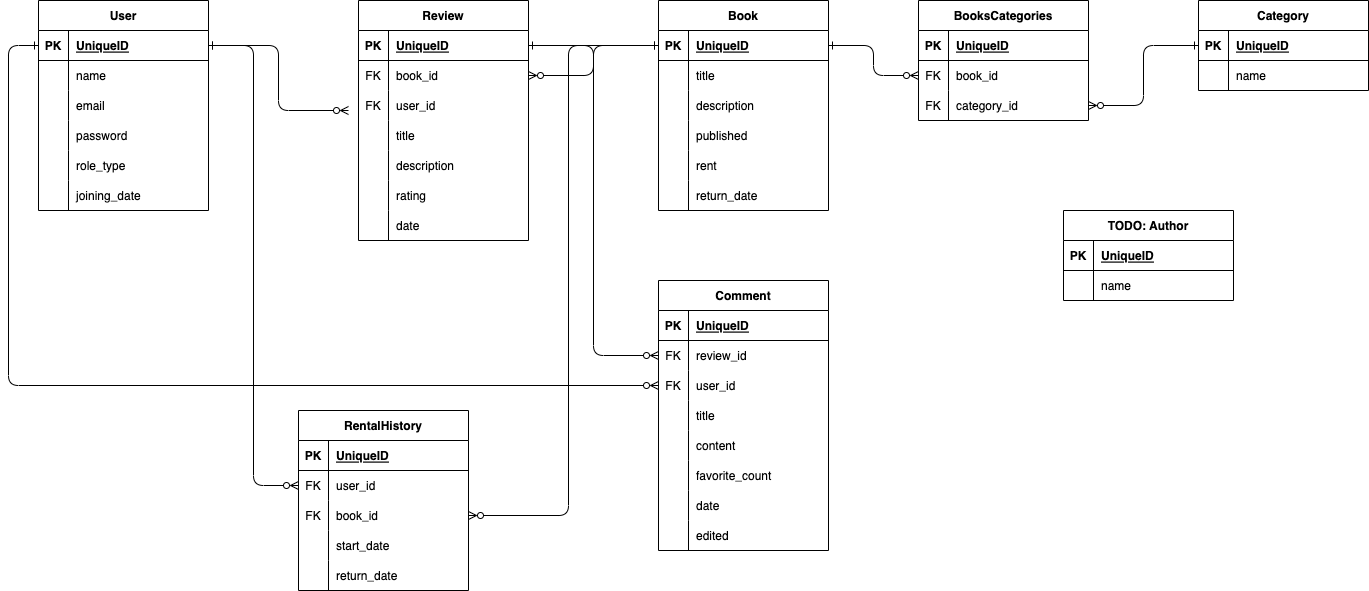
Before: docs/er.drawio.png, a diagram exported from draw.io (kiyotakeshi/library-ruby). Source tidied: cells renumbered, new cells last; positions are measured from the earlier drawing's top-left corner, leaving out a move shared by most shapes.
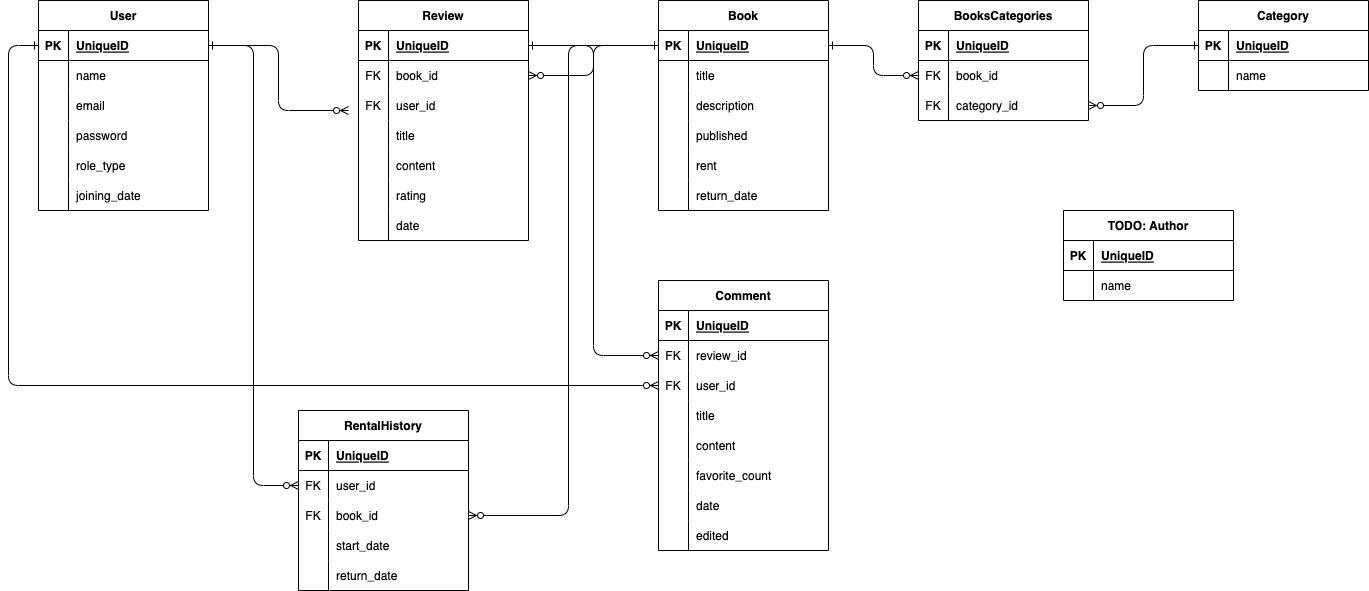
After the change.

Diff of the diagram source:
```diff
@@ -161,7 +161,7 @@
     <mxCell id="54" style="shape=partialRectangle;fillColor=none;top=0;left=0;bottom=0;right=0;overflow=hidden;" parent="53" vertex="1">
       <mxGeometry width="30" height="30" as="geometry" />
     </mxCell>
-    <mxCell id="55" value="description" style="shape=partialRectangle;fillColor=none;top=0;left=0;bottom=0;right=0;align=left;spacingLeft=6;overflow=hidden;" parent="53" vertex="1">
+    <mxCell id="55" value="content" style="shape=partialRectangle;fillColor=none;top=0;left=0;bottom=0;right=0;align=left;spacingLeft=6;overflow=hidden;" parent="53" vertex="1">
       <mxGeometry x="30" width="140" height="30" as="geometry" />
     </mxCell>
     <mxCell id="56" style="shape=partialRectangle;fillColor=none;top=0;left=0;bottom=0;right=0;" parent="40" vertex="1">
```
